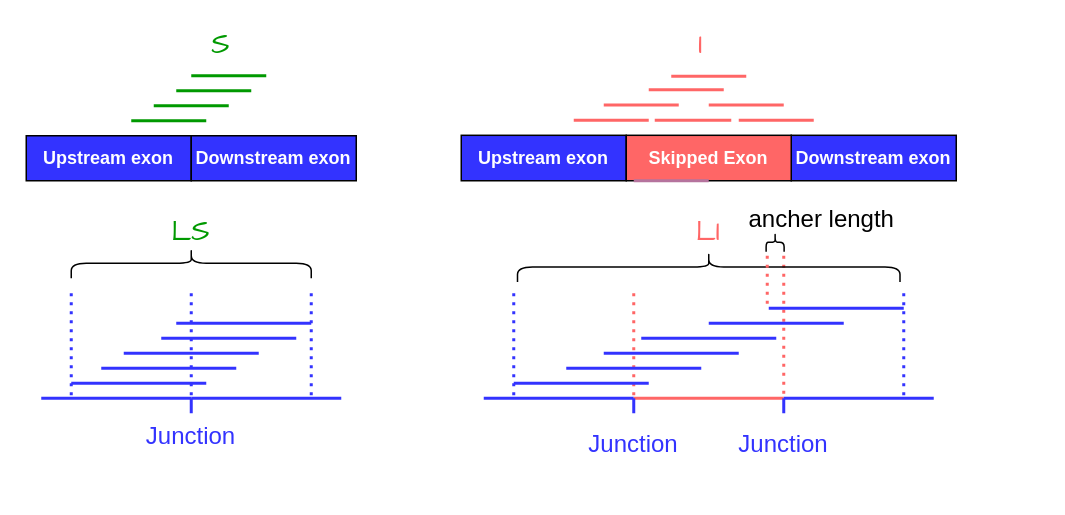
This is effective length.drawio from zyz-hust/Image-from-drawio, a draw.io file, before an edit. Source tidied: cells renumbered, new cells numbered last; positions are measured from the earlier drawing's top-left corner, leaving out a move shared by most shapes. Both pictures are drawn from the tidied source at 150%, with x=0, y=0 at pixel (26, 30).
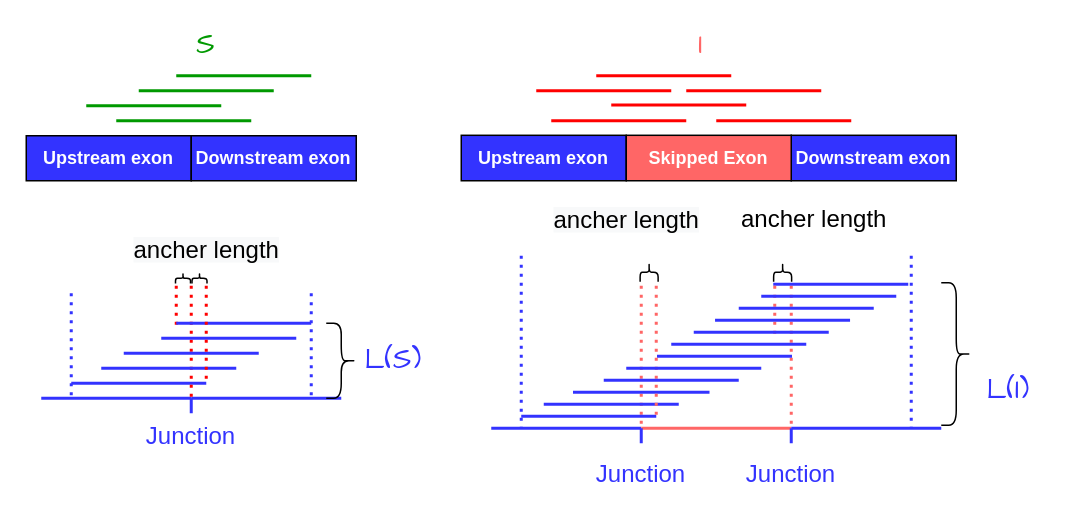
After the change.

Unchanged cells that the change refers to:
```xml
<mxCell id="17" style="group;" parent="1" vertex="1">
  <mxGeometry x="290" width="330" height="100" as="geometry" />
</mxCell>
<mxCell id="31" style="group;" parent="1" vertex="1">
  <mxGeometry width="220" height="100" as="geometry" />
</mxCell>
```

Change to the diagram source:
```diff
@@
     <mxCell id="2" style="group;" parent="1" vertex="1">
-      <mxGeometry x="10" y="125" width="200" height="155" as="geometry" />
+      <mxGeometry x="10" y="125" width="210" height="155" as="geometry" />
     </mxCell>
+    <mxCell id="63" style="endArrow=none;dashed=1;html=1;dashPattern=1 2;strokeWidth=2;fontSize=16;fontColor=#3333FF;strokeColor=#FF0000;" parent="2" edge="1">
+      <mxGeometry relative="1" as="geometry">
+        <mxPoint x="90" y="45" as="sourcePoint" />
+        <mxPoint x="90" y="71" as="targetPoint" />
+      </mxGeometry>
+    </mxCell>
@@
-    <mxCell id="8" style="endArrow=none;dashed=1;html=1;dashPattern=1 2;strokeWidth=2;fontSize=16;fontColor=#3333FF;strokeColor=#3333FF;" parent="2" edge="1">
+    <mxCell id="8" style="endArrow=none;dashed=1;html=1;dashPattern=1 2;strokeWidth=2;fontSize=16;fontColor=#3333FF;strokeColor=#FF0000;" parent="2" edge="1">
       <mxGeometry relative="1" as="geometry">
-        <mxPoint x="100" y="50" as="sourcePoint" />
+        <mxPoint x="100" y="45" as="sourcePoint" />
         <mxPoint x="100" y="120" as="targetPoint" />
       </mxGeometry>
     </mxCell>
-    <mxCell id="9" style="endArrow=none;html=1;strokeColor=#3333FF;strokeWidth=2;fontSize=16;fontColor=#3333FF;" parent="2" edge="1">
+    <mxCell id="9" style="endArrow=none;html=1;strokeWidth=2;fontSize=16;fontColor=#3333FF;strokeColor=#3333FF;" parent="2" edge="1">
       <mxGeometry relative="1" as="geometry">
         <mxPoint x="90" y="70" as="sourcePoint" />
         <mxPoint x="180" y="70" as="targetPoint" />
       </mxGeometry>
     </mxCell>
@@
-    <mxCell id="12" style="endArrow=none;html=1;strokeColor=#3333FF;strokeWidth=2;fontSize=16;fontColor=#3333FF;" parent="2" edge="1">
+    <mxCell id="12" style="endArrow=none;html=1;strokeWidth=2;fontSize=16;fontColor=#3333FF;strokeColor=#3333FF;" parent="2" edge="1">
       <mxGeometry relative="1" as="geometry">
         <mxPoint x="80" y="80" as="sourcePoint" />
         <mxPoint x="170" y="80" as="targetPoint" />
       </mxGeometry>
     </mxCell>
@@
+    <mxCell id="64" style="endArrow=none;dashed=1;html=1;dashPattern=1 2;strokeWidth=2;fontSize=16;fontColor=#3333FF;strokeColor=#FF0000;" parent="2" edge="1">
+      <mxGeometry relative="1" as="geometry">
+        <mxPoint x="110" y="45" as="sourcePoint" />
+        <mxPoint x="110" y="111" as="targetPoint" />
+      </mxGeometry>
+    </mxCell>
+    <mxCell id="65" style="shape=curlyBracket;whiteSpace=wrap;html=1;rounded=1;fillColor=none;fontSize=16;fontColor=#3333FF;rotation=90;" parent="2" vertex="1">
+      <mxGeometry x="91" y="35" width="7" height="10" as="geometry" />
+    </mxCell>
+    <mxCell id="66" style="shape=curlyBracket;whiteSpace=wrap;html=1;rounded=1;fillColor=none;fontSize=16;fontColor=#3333FF;rotation=90;" parent="2" vertex="1">
+      <mxGeometry x="102" y="35" width="7" height="10" as="geometry" />
+    </mxCell>
-    <mxCell id="15" style="shape=curlyBracket;whiteSpace=wrap;html=1;rounded=1;fillColor=none;fontSize=16;fontColor=#3333FF;rotation=90;" parent="2" vertex="1">
-      <mxGeometry x="90" y="-50" width="20" height="160" as="geometry" />
+    <mxCell id="15" style="shape=curlyBracket;whiteSpace=wrap;html=1;rounded=1;fillColor=none;fontSize=16;fontColor=#3333FF;rotation=-180;" parent="2" vertex="1">
+      <mxGeometry x="190" y="70" width="20" height="50" as="geometry" />
     </mxCell>
-    <mxCell id="16" value="&lt;font color=&quot;#009900&quot; style=&quot;font-size: 19px&quot; face=&quot;Comic Sans MS&quot;&gt;LS&lt;/font&gt;" style="text;html=1;strokeColor=none;fillColor=none;align=center;verticalAlign=middle;whiteSpace=wrap;rounded=0;" parent="2" vertex="1">
-      <mxGeometry x="80" width="40" height="20" as="geometry" />
-    </mxCell>
+    <mxCell id="67" value="&lt;span style=&quot;color: rgb(0, 0, 0); font-family: helvetica; font-size: 16px; font-style: normal; font-weight: normal; letter-spacing: normal; text-align: center; text-indent: 0px; text-transform: none; word-spacing: 0px; background-color: rgb(248, 249, 250); text-decoration: none; display: inline; float: none;&quot;&gt;ancher length&lt;/span&gt;" style="text;whiteSpace=wrap;html=1;" parent="2" vertex="1">
+      <mxGeometry x="60" y="5" width="120" height="30" as="geometry" />
+    </mxCell>
@@
-    <mxCell id="22" style="endArrow=none;html=1;strokeWidth=2;fillColor=#008a00;strokeColor=#FF6666;" parent="17" edge="1">
-      <mxGeometry y="-112.1" as="geometry">
-        <mxPoint x="125" y="59.6" as="sourcePoint" />
-        <mxPoint x="75" y="59.6" as="targetPoint" />
-      </mxGeometry>
-    </mxCell>
-    <mxCell id="23" style="endArrow=none;html=1;strokeWidth=2;fillColor=#008a00;strokeColor=#FF6666;" parent="17" edge="1">
-      <mxGeometry y="-112.1" as="geometry">
-        <mxPoint x="235" y="59.6" as="sourcePoint" />
-        <mxPoint x="185" y="59.6" as="targetPoint" />
-      </mxGeometry>
-    </mxCell>
-    <mxCell id="24" style="endArrow=none;html=1;strokeWidth=2;fillColor=#008a00;strokeColor=#FF6666;" parent="17" edge="1">
-      <mxGeometry y="-112.1" as="geometry">
-        <mxPoint x="145" y="49.5" as="sourcePoint" />
-        <mxPoint x="95" y="49.5" as="targetPoint" />
-      </mxGeometry>
-    </mxCell>
-    <mxCell id="25" style="endArrow=none;html=1;strokeWidth=2;fillColor=#008a00;strokeColor=#FF6666;" parent="17" edge="1">
-      <mxGeometry y="-112.1" as="geometry">
-        <mxPoint x="215" y="49.5" as="sourcePoint" />
-        <mxPoint x="165" y="49.5" as="targetPoint" />
-      </mxGeometry>
-    </mxCell>
-    <mxCell id="26" style="endArrow=none;html=1;strokeWidth=2;fillColor=#008a00;strokeColor=#B5739D;" parent="17" edge="1">
-      <mxGeometry y="-112.1" as="geometry">
-        <mxPoint x="165" y="100" as="sourcePoint" />
-        <mxPoint x="115" y="100" as="targetPoint" />
-      </mxGeometry>
-    </mxCell>
-    <mxCell id="27" style="endArrow=none;html=1;strokeWidth=2;fillColor=#008a00;strokeColor=#FF6666;" parent="17" edge="1">
-      <mxGeometry y="-112.1" as="geometry">
-        <mxPoint x="175" y="39.4" as="sourcePoint" />
-        <mxPoint x="125" y="39.4" as="targetPoint" />
-      </mxGeometry>
-    </mxCell>
-    <mxCell id="28" style="endArrow=none;html=1;strokeWidth=2;fillColor=#008a00;strokeColor=#FF6666;" parent="17" edge="1">
-      <mxGeometry y="-112.1" as="geometry">
-        <mxPoint x="180" y="59.6" as="sourcePoint" />
-        <mxPoint x="129" y="59.6" as="targetPoint" />
-      </mxGeometry>
-    </mxCell>
-    <mxCell id="29" value="&lt;font color=&quot;#ff6666&quot; face=&quot;Comic Sans MS&quot;&gt;&lt;span style=&quot;font-size: 19px&quot;&gt;I&lt;/span&gt;&lt;/font&gt;" style="text;html=1;strokeColor=none;fillColor=none;align=center;verticalAlign=middle;whiteSpace=wrap;rounded=0;" parent="17" vertex="1">
+    <mxCell id="29" value="&lt;font face=&quot;Comic Sans MS&quot; color=&quot;#ff6666&quot;&gt;&lt;span style=&quot;font-size: 19px&quot;&gt;I&lt;/span&gt;&lt;/font&gt;" style="text;html=1;strokeColor=none;fillColor=none;align=center;verticalAlign=middle;whiteSpace=wrap;rounded=0;" parent="17" vertex="1">
       <mxGeometry x="140" width="40" height="20.2" as="geometry" />
     </mxCell>
-    <mxCell id="30" style="endArrow=none;html=1;strokeWidth=2;fillColor=#008a00;strokeColor=#FF6666;" parent="17" edge="1">
-      <mxGeometry x="15" y="-121.2" as="geometry">
-        <mxPoint x="190" y="30.3" as="sourcePoint" />
-        <mxPoint x="140" y="30.3" as="targetPoint" />
-      </mxGeometry>
-    </mxCell>
+    <mxCell id="68" style="endArrow=none;html=1;strokeWidth=2;fontSize=16;fontColor=#3333FF;strokeColor=#FF0000;" parent="17" edge="1">
+      <mxGeometry relative="1" as="geometry">
+        <mxPoint x="60" y="60" as="sourcePoint" />
+        <mxPoint x="150" y="60" as="targetPoint" />
+      </mxGeometry>
+    </mxCell>
+    <mxCell id="69" style="endArrow=none;html=1;strokeWidth=2;fontSize=16;fontColor=#3333FF;strokeColor=#FF0000;" parent="17" edge="1">
+      <mxGeometry relative="1" as="geometry">
+        <mxPoint x="100" y="49.5" as="sourcePoint" />
+        <mxPoint x="190" y="49.5" as="targetPoint" />
+      </mxGeometry>
+    </mxCell>
+    <mxCell id="70" style="endArrow=none;html=1;strokeWidth=2;fontSize=16;fontColor=#3333FF;strokeColor=#FF0000;" parent="17" edge="1">
+      <mxGeometry relative="1" as="geometry">
+        <mxPoint x="170" y="60" as="sourcePoint" />
+        <mxPoint x="260" y="60" as="targetPoint" />
+      </mxGeometry>
+    </mxCell>
+    <mxCell id="71" style="endArrow=none;html=1;strokeWidth=2;fontSize=16;fontColor=#3333FF;strokeColor=#FF0000;" parent="17" edge="1">
+      <mxGeometry relative="1" as="geometry">
+        <mxPoint x="150" y="40" as="sourcePoint" />
+        <mxPoint x="240" y="40" as="targetPoint" />
+      </mxGeometry>
+    </mxCell>
+    <mxCell id="72" style="endArrow=none;html=1;strokeWidth=2;fontSize=16;fontColor=#3333FF;strokeColor=#FF0000;" parent="17" edge="1">
+      <mxGeometry relative="1" as="geometry">
+        <mxPoint x="90" y="30" as="sourcePoint" />
+        <mxPoint x="180" y="30" as="targetPoint" />
+      </mxGeometry>
+    </mxCell>
+    <mxCell id="73" style="endArrow=none;html=1;strokeWidth=2;fontSize=16;fontColor=#3333FF;strokeColor=#FF0000;" parent="17" edge="1">
+      <mxGeometry relative="1" as="geometry">
+        <mxPoint x="50" y="40" as="sourcePoint" />
+        <mxPoint x="140" y="40" as="targetPoint" />
+      </mxGeometry>
+    </mxCell>
@@
-    <mxCell id="35" style="endArrow=none;html=1;strokeWidth=2;fillColor=#008a00;strokeColor=#009900;" parent="31" edge="1">
-      <mxGeometry x="-55" as="geometry">
-        <mxPoint x="120" y="60" as="sourcePoint" />
-        <mxPoint x="70" y="60" as="targetPoint" />
-      </mxGeometry>
-    </mxCell>
-    <mxCell id="36" style="endArrow=none;html=1;strokeWidth=2;fillColor=#008a00;strokeColor=#009900;" parent="31" edge="1">
-      <mxGeometry x="-55" as="geometry">
-        <mxPoint x="135" y="50" as="sourcePoint" />
-        <mxPoint x="85" y="50" as="targetPoint" />
-      </mxGeometry>
-    </mxCell>
-    <mxCell id="37" style="endArrow=none;html=1;strokeWidth=2;fillColor=#008a00;strokeColor=#009900;" parent="31" edge="1">
-      <mxGeometry x="-55" as="geometry">
-        <mxPoint x="150" y="40" as="sourcePoint" />
-        <mxPoint x="100" y="40" as="targetPoint" />
-      </mxGeometry>
-    </mxCell>
-    <mxCell id="38" style="endArrow=none;html=1;strokeWidth=2;fillColor=#008a00;strokeColor=#009900;" parent="31" edge="1">
-      <mxGeometry x="-55" as="geometry">
-        <mxPoint x="160" y="30" as="sourcePoint" />
-        <mxPoint x="110" y="30" as="targetPoint" />
-      </mxGeometry>
-    </mxCell>
     <mxCell id="39" value="&lt;font color=&quot;#009900&quot; style=&quot;font-size: 19px&quot; face=&quot;Comic Sans MS&quot;&gt;S&lt;/font&gt;" style="text;html=1;strokeColor=none;fillColor=none;align=center;verticalAlign=middle;whiteSpace=wrap;rounded=0;" parent="31" vertex="1">
-      <mxGeometry x="110" width="40" height="20" as="geometry" />
+      <mxGeometry x="100" width="40" height="20" as="geometry" />
     </mxCell>
+    <mxCell id="74" style="endArrow=none;html=1;strokeWidth=2;fontSize=16;fontColor=#3333FF;strokeColor=#009900;" parent="31" edge="1">
+      <mxGeometry relative="1" as="geometry">
+        <mxPoint x="60" y="60" as="sourcePoint" />
+        <mxPoint x="150" y="60" as="targetPoint" />
+      </mxGeometry>
+    </mxCell>
+    <mxCell id="75" style="endArrow=none;html=1;strokeWidth=2;fontSize=16;fontColor=#3333FF;strokeColor=#009900;" parent="31" edge="1">
+      <mxGeometry relative="1" as="geometry">
+        <mxPoint x="40" y="50" as="sourcePoint" />
+        <mxPoint x="130" y="50" as="targetPoint" />
+      </mxGeometry>
+    </mxCell>
+    <mxCell id="76" style="endArrow=none;html=1;strokeWidth=2;fontSize=16;fontColor=#3333FF;strokeColor=#009900;" parent="31" edge="1">
+      <mxGeometry relative="1" as="geometry">
+        <mxPoint x="75" y="40" as="sourcePoint" />
+        <mxPoint x="165" y="40" as="targetPoint" />
+      </mxGeometry>
+    </mxCell>
+    <mxCell id="77" style="endArrow=none;html=1;strokeWidth=2;fontSize=16;fontColor=#3333FF;strokeColor=#009900;" parent="31" edge="1">
+      <mxGeometry relative="1" as="geometry">
+        <mxPoint x="100" y="30" as="sourcePoint" />
+        <mxPoint x="190" y="30" as="targetPoint" />
+      </mxGeometry>
+    </mxCell>
     <mxCell id="40" style="group;" parent="1" vertex="1">
-      <mxGeometry x="305" y="125" width="300" height="160" as="geometry" />
+      <mxGeometry x="310" y="145" width="300" height="160" as="geometry" />
     </mxCell>
@@
     <mxCell id="44" style="endArrow=none;dashed=1;html=1;dashPattern=1 2;strokeWidth=2;fontSize=16;fontColor=#3333FF;strokeColor=#FF6666;" parent="40" edge="1">
       <mxGeometry relative="1" as="geometry">
-        <mxPoint x="100" y="50" as="sourcePoint" />
+        <mxPoint x="100" y="25" as="sourcePoint" />
         <mxPoint x="100" y="120" as="targetPoint" />
       </mxGeometry>
     </mxCell>
@@
     <mxCell id="46" style="endArrow=none;html=1;strokeColor=#3333FF;strokeWidth=2;fontSize=16;fontColor=#3333FF;" parent="40" edge="1">
       <mxGeometry relative="1" as="geometry">
-        <mxPoint x="20" y="110" as="sourcePoint" />
-        <mxPoint x="110" y="110" as="targetPoint" />
+        <mxPoint x="20" y="112" as="sourcePoint" />
+        <mxPoint x="110" y="112" as="targetPoint" />
       </mxGeometry>
     </mxCell>
@@
     <mxCell id="51" style="endArrow=none;html=1;strokeColor=#3333FF;strokeWidth=2;fontSize=16;fontColor=#3333FF;" parent="40" edge="1">
       <mxGeometry relative="1" as="geometry">
-        <mxPoint x="55" y="100" as="sourcePoint" />
-        <mxPoint x="145" y="100" as="targetPoint" />
+        <mxPoint x="35" y="104" as="sourcePoint" />
+        <mxPoint x="125" y="104" as="targetPoint" />
       </mxGeometry>
     </mxCell>
     <mxCell id="52" style="endArrow=none;html=1;strokeColor=#3333FF;strokeWidth=2;fontSize=16;fontColor=#3333FF;" parent="40" edge="1">
       <mxGeometry relative="1" as="geometry">
-        <mxPoint x="80" y="90" as="sourcePoint" />
-        <mxPoint x="170" y="90" as="targetPoint" />
+        <mxPoint x="54.5" y="96" as="sourcePoint" />
+        <mxPoint x="145.5" y="96" as="targetPoint" />
       </mxGeometry>
     </mxCell>
     <mxCell id="53" style="endArrow=none;html=1;strokeColor=#3333FF;strokeWidth=2;fontSize=16;fontColor=#3333FF;" parent="40" edge="1">
       <mxGeometry relative="1" as="geometry">
-        <mxPoint x="190" y="60" as="sourcePoint" />
-        <mxPoint x="280" y="60" as="targetPoint" />
+        <mxPoint x="188" y="24" as="sourcePoint" />
+        <mxPoint x="278" y="24" as="targetPoint" />
       </mxGeometry>
     </mxCell>
     <mxCell id="54" style="endArrow=none;html=1;strokeColor=#3333FF;strokeWidth=2;fontSize=16;fontColor=#3333FF;" parent="40" edge="1">
       <mxGeometry relative="1" as="geometry">
-        <mxPoint x="150" y="70" as="sourcePoint" />
-        <mxPoint x="240" y="70" as="targetPoint" />
+        <mxPoint x="110.5" y="72" as="sourcePoint" />
+        <mxPoint x="200.5" y="72" as="targetPoint" />
       </mxGeometry>
     </mxCell>
-    <mxCell id="55" style="endArrow=none;html=1;strokeColor=#3333FF;strokeWidth=2;fontSize=16;fontColor=#3333FF;" parent="40" edge="1">
-      <mxGeometry relative="1" as="geometry">
-        <mxPoint x="105" y="80" as="sourcePoint" />
-        <mxPoint x="195" y="80" as="targetPoint" />
-      </mxGeometry>
-    </mxCell>
     <mxCell id="56" style="endArrow=none;dashed=1;html=1;dashPattern=1 2;strokeWidth=2;fontSize=16;fontColor=#3333FF;strokeColor=#3333FF;" parent="40" edge="1">
       <mxGeometry relative="1" as="geometry">
-        <mxPoint x="280" y="50" as="sourcePoint" />
+        <mxPoint x="280" y="5" as="sourcePoint" />
         <mxPoint x="280" y="120" as="targetPoint" />
       </mxGeometry>
     </mxCell>
     <mxCell id="57" style="endArrow=none;dashed=1;html=1;dashPattern=1 2;strokeWidth=2;fontSize=16;fontColor=#3333FF;strokeColor=#3333FF;" parent="40" edge="1">
       <mxGeometry relative="1" as="geometry">
-        <mxPoint x="20" y="50" as="sourcePoint" />
+        <mxPoint x="20" y="5" as="sourcePoint" />
         <mxPoint x="20" y="120" as="targetPoint" />
       </mxGeometry>
     </mxCell>
+    <mxCell id="60" style="endArrow=none;dashed=1;html=1;dashPattern=1 2;strokeWidth=2;fontSize=16;fontColor=#3333FF;strokeColor=#FF6666;" parent="40" edge="1">
+      <mxGeometry relative="1" as="geometry">
+        <mxPoint x="189" y="25" as="sourcePoint" />
+        <mxPoint x="189" y="61" as="targetPoint" />
+      </mxGeometry>
+    </mxCell>
+    <mxCell id="61" style="shape=curlyBracket;whiteSpace=wrap;html=1;rounded=1;fillColor=none;fontSize=16;fontColor=#3333FF;rotation=90;" parent="40" vertex="1">
+      <mxGeometry x="188" y="10" width="12.5" height="12" as="geometry" />
+    </mxCell>
+    <mxCell id="78" style="endArrow=none;dashed=1;html=1;dashPattern=1 2;strokeWidth=2;fontSize=16;fontColor=#3333FF;strokeColor=#FF6666;" parent="40" edge="1">
+      <mxGeometry relative="1" as="geometry">
+        <mxPoint x="110" y="25" as="sourcePoint" />
+        <mxPoint x="110" y="111" as="targetPoint" />
+      </mxGeometry>
+    </mxCell>
+    <mxCell id="79" style="shape=curlyBracket;whiteSpace=wrap;html=1;rounded=1;fillColor=none;fontSize=16;fontColor=#3333FF;rotation=90;" parent="40" vertex="1">
+      <mxGeometry x="99" y="10" width="12.5" height="12" as="geometry" />
+    </mxCell>
+    <mxCell id="80" style="endArrow=none;html=1;strokeColor=#3333FF;strokeWidth=2;fontSize=16;fontColor=#3333FF;" parent="40" edge="1">
+      <mxGeometry relative="1" as="geometry">
+        <mxPoint x="75" y="88" as="sourcePoint" />
+        <mxPoint x="165" y="88" as="targetPoint" />
+      </mxGeometry>
+    </mxCell>
+    <mxCell id="81" style="endArrow=none;html=1;strokeColor=#3333FF;strokeWidth=2;fontSize=16;fontColor=#3333FF;" parent="40" edge="1">
+      <mxGeometry relative="1" as="geometry">
+        <mxPoint x="90" y="80" as="sourcePoint" />
+        <mxPoint x="180" y="80" as="targetPoint" />
+      </mxGeometry>
+    </mxCell>
+    <mxCell id="82" style="endArrow=none;html=1;strokeColor=#3333FF;strokeWidth=2;fontSize=16;fontColor=#3333FF;" parent="40" edge="1">
+      <mxGeometry relative="1" as="geometry">
+        <mxPoint x="120" y="64" as="sourcePoint" />
+        <mxPoint x="210" y="64" as="targetPoint" />
+      </mxGeometry>
+    </mxCell>
+    <mxCell id="83" style="endArrow=none;html=1;strokeColor=#3333FF;strokeWidth=2;fontSize=16;fontColor=#3333FF;" parent="40" edge="1">
+      <mxGeometry relative="1" as="geometry">
+        <mxPoint x="149.2" y="48" as="sourcePoint" />
+        <mxPoint x="239.2" y="48" as="targetPoint" />
+      </mxGeometry>
+    </mxCell>
+    <mxCell id="84" style="endArrow=none;html=1;strokeColor=#3333FF;strokeWidth=2;fontSize=16;fontColor=#3333FF;" parent="40" edge="1">
+      <mxGeometry relative="1" as="geometry">
+        <mxPoint x="135" y="56" as="sourcePoint" />
+        <mxPoint x="225" y="56" as="targetPoint" />
+      </mxGeometry>
+    </mxCell>
+    <mxCell id="85" style="endArrow=none;html=1;strokeColor=#3333FF;strokeWidth=2;fontSize=16;fontColor=#3333FF;" parent="40" edge="1">
+      <mxGeometry relative="1" as="geometry">
+        <mxPoint x="165" y="40" as="sourcePoint" />
+        <mxPoint x="255" y="40" as="targetPoint" />
+      </mxGeometry>
+    </mxCell>
+    <mxCell id="86" style="endArrow=none;html=1;strokeColor=#3333FF;strokeWidth=2;fontSize=16;fontColor=#3333FF;" parent="40" edge="1">
+      <mxGeometry relative="1" as="geometry">
+        <mxPoint x="180" y="32" as="sourcePoint" />
+        <mxPoint x="270" y="32" as="targetPoint" />
+      </mxGeometry>
+    </mxCell>
+    <mxCell id="87" value="&lt;span style=&quot;color: rgb(0, 0, 0); font-family: helvetica; font-size: 16px; font-style: normal; font-weight: normal; letter-spacing: normal; text-align: center; text-indent: 0px; text-transform: none; word-spacing: 0px; background-color: rgb(248, 249, 250); text-decoration: none; display: inline; float: none;&quot;&gt;ancher length&lt;/span&gt;" style="text;whiteSpace=wrap;html=1;" parent="1" vertex="1">
+      <mxGeometry x="350" y="110" width="120" height="30" as="geometry" />
+    </mxCell>
+    <mxCell id="16" value="&lt;font style=&quot;font-size: 19px&quot; face=&quot;Comic Sans MS&quot; color=&quot;#3333ff&quot;&gt;L(S)&lt;/font&gt;" style="text;html=1;strokeColor=none;fillColor=none;align=center;verticalAlign=middle;whiteSpace=wrap;rounded=0;" parent="1" vertex="1">
+      <mxGeometry x="225" y="210" width="40" height="20" as="geometry" />
+    </mxCell>
-    <mxCell id="58" style="shape=curlyBracket;whiteSpace=wrap;html=1;rounded=1;fillColor=none;fontSize=16;fontColor=#3333FF;rotation=90;" parent="40" vertex="1">
-      <mxGeometry x="140" y="-95" width="20" height="255" as="geometry" />
+    <mxCell id="58" style="shape=curlyBracket;whiteSpace=wrap;html=1;rounded=1;fillColor=none;fontSize=16;fontColor=#3333FF;rotation=-180;size=0.5;" parent="1" vertex="1">
+      <mxGeometry x="610" y="168" width="20" height="95" as="geometry" />
     </mxCell>
-    <mxCell id="59" value="&lt;font style=&quot;font-size: 19px&quot; face=&quot;Comic Sans MS&quot; color=&quot;#ff6666&quot;&gt;LI&lt;/font&gt;" style="text;html=1;strokeColor=none;fillColor=none;align=center;verticalAlign=middle;whiteSpace=wrap;rounded=0;" parent="40" vertex="1">
-      <mxGeometry x="130" width="40" height="20" as="geometry" />
+    <mxCell id="59" value="&lt;font style=&quot;font-size: 19px&quot; face=&quot;Comic Sans MS&quot; color=&quot;#3333ff&quot;&gt;L(I)&lt;/font&gt;" style="text;html=1;strokeColor=none;fillColor=none;align=center;verticalAlign=middle;whiteSpace=wrap;rounded=0;" parent="1" vertex="1">
+      <mxGeometry x="635" y="230" width="40" height="20" as="geometry" />
     </mxCell>
-    <mxCell id="60" style="endArrow=none;dashed=1;html=1;dashPattern=1 2;strokeWidth=2;fontSize=16;fontColor=#3333FF;strokeColor=#FF6666;" parent="40" edge="1">
-      <mxGeometry relative="1" as="geometry">
-        <mxPoint x="189" y="25" as="sourcePoint" />
-        <mxPoint x="189" y="61" as="targetPoint" />
-      </mxGeometry>
-    </mxCell>
-    <mxCell id="61" style="shape=curlyBracket;whiteSpace=wrap;html=1;rounded=1;fillColor=none;fontSize=16;fontColor=#3333FF;rotation=90;" parent="40" vertex="1">
-      <mxGeometry x="188" y="10" width="12.5" height="12" as="geometry" />
-    </mxCell>
-    <mxCell id="62" value="&lt;font style=&quot;font-size: 16px&quot;&gt;ancher length&lt;/font&gt;" style="text;html=1;strokeColor=none;fillColor=none;align=center;verticalAlign=middle;whiteSpace=wrap;rounded=0;" parent="40" vertex="1">
-      <mxGeometry x="170" y="-10" width="110.8" height="20" as="geometry" />
+    <mxCell id="62" value="&lt;font style=&quot;font-size: 16px&quot;&gt;ancher length&lt;/font&gt;" style="text;html=1;strokeColor=none;fillColor=none;align=center;verticalAlign=middle;whiteSpace=wrap;rounded=0;" parent="1" vertex="1">
+      <mxGeometry x="470" y="115" width="110.8" height="20" as="geometry" />
     </mxCell>
```
